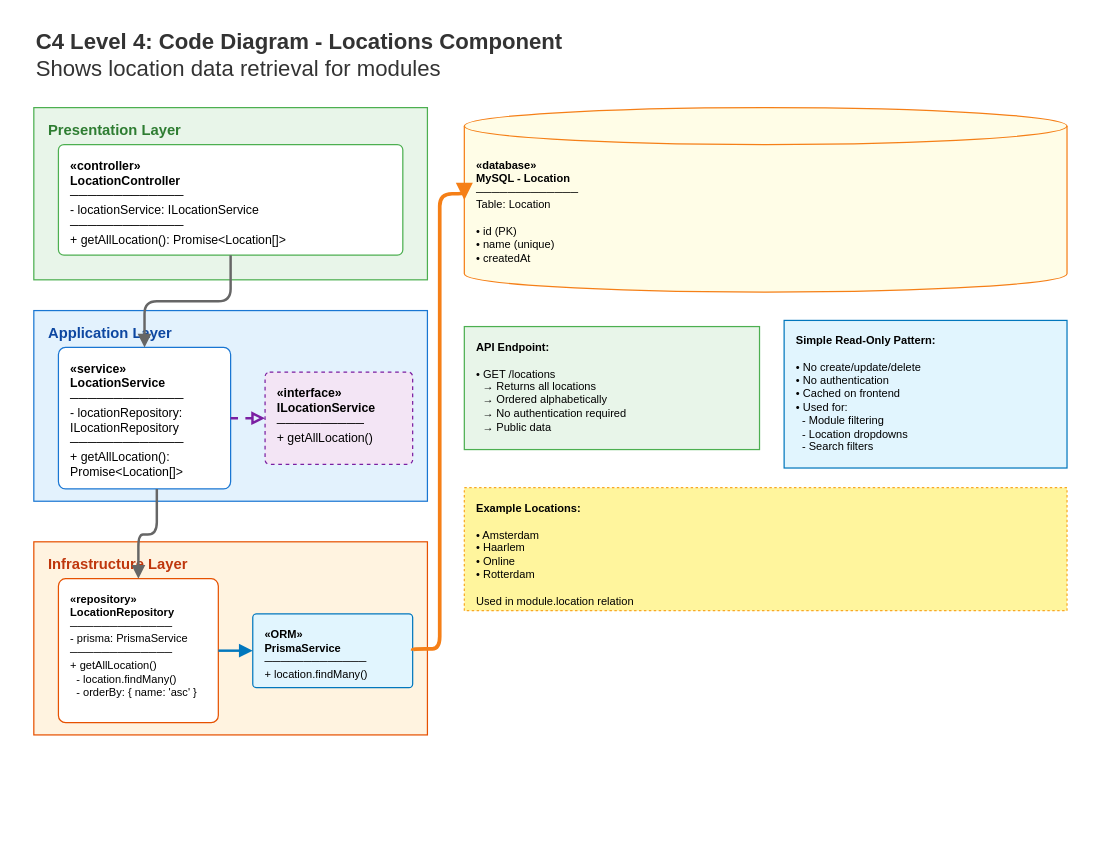
Above: page "Locations" (7 of 7) of C4-Model/Level 4.drawio in CompassGPT/Documentation (draw.io), before the change. Source tidied: cells renumbered, new cells numbered last; positions are measured from the earlier drawing's top-left corner, leaving out a move shared by most shapes. Both pictures are drawn from the tidied source at 123%, with x=0, y=0 at pixel (33, 21).
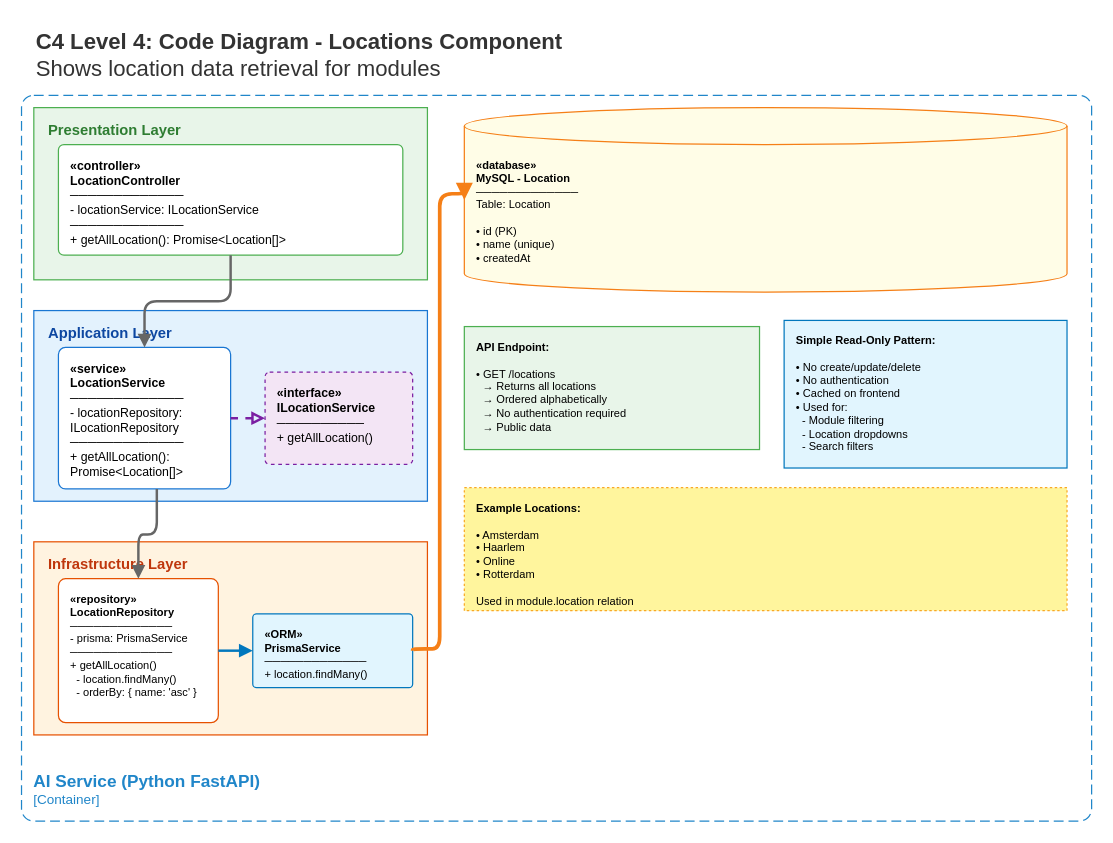
The same diagram, later.

Commit message (it also covers changes not shown here):
Refactor C4 Model diagrams: Adjust page heights, add service layer, and update function labels for clarity

Change to the diagram source:
```diff
@@
+    <mxCell id="20" value="&lt;font style=&quot;font-size: 14px&quot;&gt;&lt;b&gt;&lt;div style=&quot;text-align: left&quot;&gt;AI Service (Python FastAPI)&lt;/div&gt;&lt;/b&gt;&lt;/font&gt;&lt;div style=&quot;text-align: left&quot;&gt;[Container]&lt;/div&gt;" style="rounded=1;fontSize=11;whiteSpace=wrap;html=1;dashed=1;arcSize=20;fillColor=none;strokeColor=#2086C9;fontColor=#2086C9;labelBackgroundColor=none;align=left;verticalAlign=bottom;labelBorderColor=none;spacingTop=0;spacing=10;dashPattern=8 4;perimeter=rectanglePerimeter;noLabel=0;labelPadding=0;absoluteArcSize=1;" parent="1" vertex="1">
+      <mxGeometry x="-10" y="60" width="870" height="590" as="geometry" />
+    </mxCell>
```
